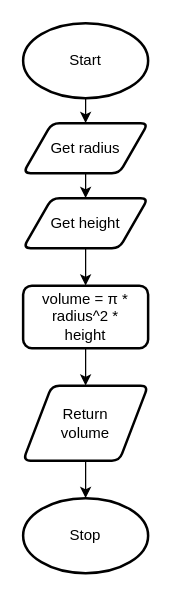
Miguel-Santacruz/ICS3U-Unit5-04-Python keeps this draw.io diagram as .flowchart.drawio. Above is the earlier version. Source tidied: cells renumbered, new cells numbered last; positions are measured from the earlier drawing's top-left corner, leaving out a move shared by most shapes. Both pictures are drawn from the tidied source at 125%, with x=0, y=0 at pixel (22, 22).
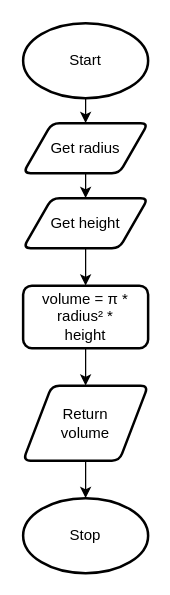
The same page after the edit.

What changed in the source:
```diff
@@
 <mxGraphModel>
   <root>
     <mxCell id="0" />
     <mxCell id="1" parent="0" />
     <mxCell id="2" style="edgeStyle=none;html=1;exitX=0.5;exitY=1;exitDx=0;exitDy=0;exitPerimeter=0;entryX=0.5;entryY=0;entryDx=0;entryDy=0;" parent="1" edge="1" source="3" target="11">
       <mxGeometry relative="1" as="geometry" />
     </mxCell>
     <mxCell id="3" value="Start" style="strokeWidth=2;html=1;shape=mxgraph.flowchart.start_1;whiteSpace=wrap;" parent="1" vertex="1">
       <mxGeometry width="100" height="60" as="geometry" />
     </mxCell>
     <mxCell id="4" style="edgeStyle=none;html=1;" parent="1" edge="1" target="6">
       <mxGeometry relative="1" as="geometry">
         <mxPoint x="50" y="180" as="sourcePoint" />
       </mxGeometry>
     </mxCell>
     <mxCell id="5" style="edgeStyle=none;html=1;" parent="1" edge="1" source="6" target="8">
       <mxGeometry relative="1" as="geometry" />
     </mxCell>
-    <mxCell id="6" value="volume =&amp;nbsp;π * radius^2 *&lt;br&gt;height" style="rounded=1;whiteSpace=wrap;html=1;absoluteArcSize=1;arcSize=14;strokeWidth=2;" parent="1" vertex="1">
+    <mxCell id="6" value="volume =&amp;nbsp;π * radius²&amp;nbsp;*&lt;br&gt;height" style="rounded=1;whiteSpace=wrap;html=1;absoluteArcSize=1;arcSize=14;strokeWidth=2;" parent="1" vertex="1">
       <mxGeometry y="210" width="100" height="50" as="geometry" />
     </mxCell>
     <mxCell id="7" style="edgeStyle=none;html=1;" parent="1" edge="1" source="8" target="9">
       <mxGeometry relative="1" as="geometry" />
     </mxCell>
     <mxCell id="8" value="Return&lt;br&gt;volume" style="shape=parallelogram;html=1;strokeWidth=2;perimeter=parallelogramPerimeter;whiteSpace=wrap;rounded=1;arcSize=12;size=0.23;" parent="1" vertex="1">
       <mxGeometry y="290" width="100" height="60" as="geometry" />
     </mxCell>
     <mxCell id="9" value="Stop" style="strokeWidth=2;html=1;shape=mxgraph.flowchart.start_1;whiteSpace=wrap;" parent="1" vertex="1">
       <mxGeometry y="380" width="100" height="60" as="geometry" />
     </mxCell>
     <mxCell id="10" style="edgeStyle=none;html=1;exitX=0.5;exitY=1;exitDx=0;exitDy=0;entryX=0.5;entryY=0;entryDx=0;entryDy=0;" parent="1" edge="1" source="11" target="12">
       <mxGeometry relative="1" as="geometry" />
     </mxCell>
     <mxCell id="11" value="Get radius" style="shape=parallelogram;html=1;strokeWidth=2;perimeter=parallelogramPerimeter;whiteSpace=wrap;rounded=1;arcSize=12;size=0.23;" parent="1" vertex="1">
       <mxGeometry y="80" width="100" height="40" as="geometry" />
     </mxCell>
     <mxCell id="12" value="Get height" style="shape=parallelogram;html=1;strokeWidth=2;perimeter=parallelogramPerimeter;whiteSpace=wrap;rounded=1;arcSize=12;size=0.23;" parent="1" vertex="1">
       <mxGeometry y="140" width="100" height="40" as="geometry" />
     </mxCell>
   </root>
 </mxGraphModel>
```
